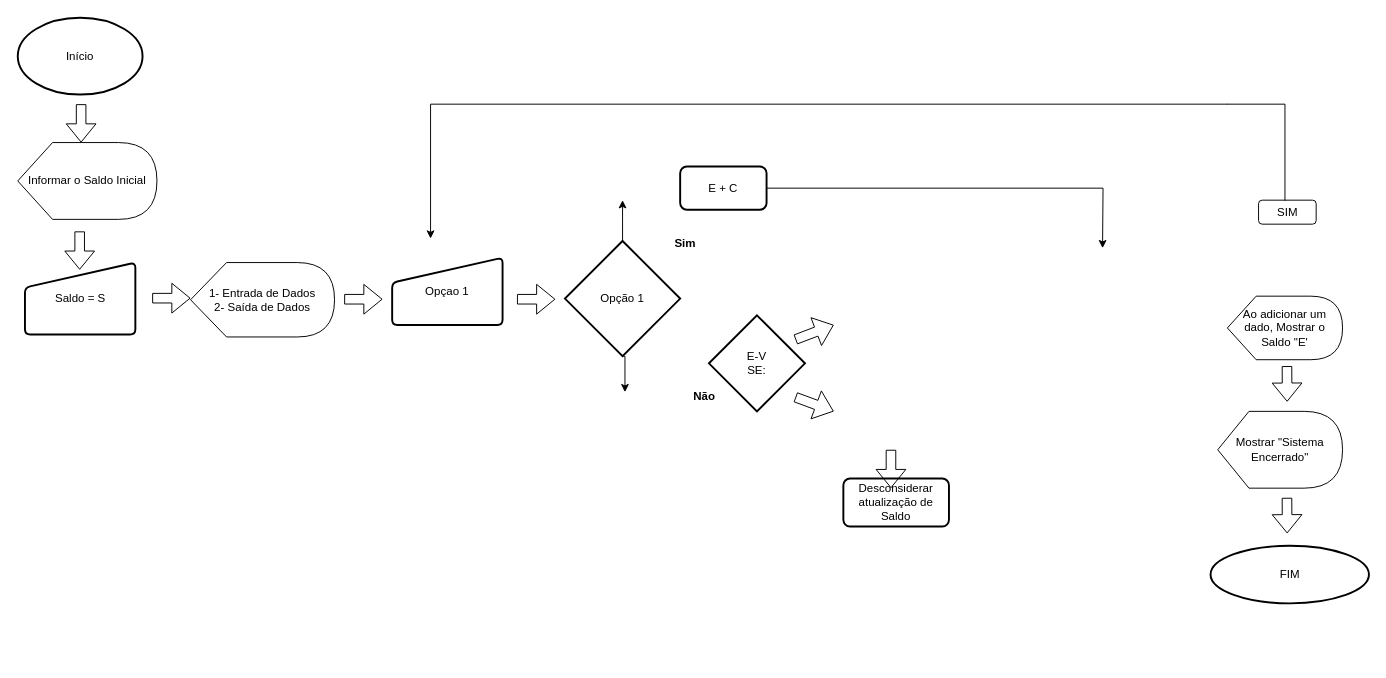
The draw.io diagram page "Página-1" (1 of 2) of Diagrama sem nome.drawio in Ins1d3r8/Primeiro-Algor-tmo, before the edit. Source tidied: cells renumbered, new cells numbered last; positions are measured from the earlier drawing's top-left corner, leaving out a move shared by most shapes. Both pictures are drawn from the tidied source at 96%, with x=0, y=0 at pixel (17, 17).
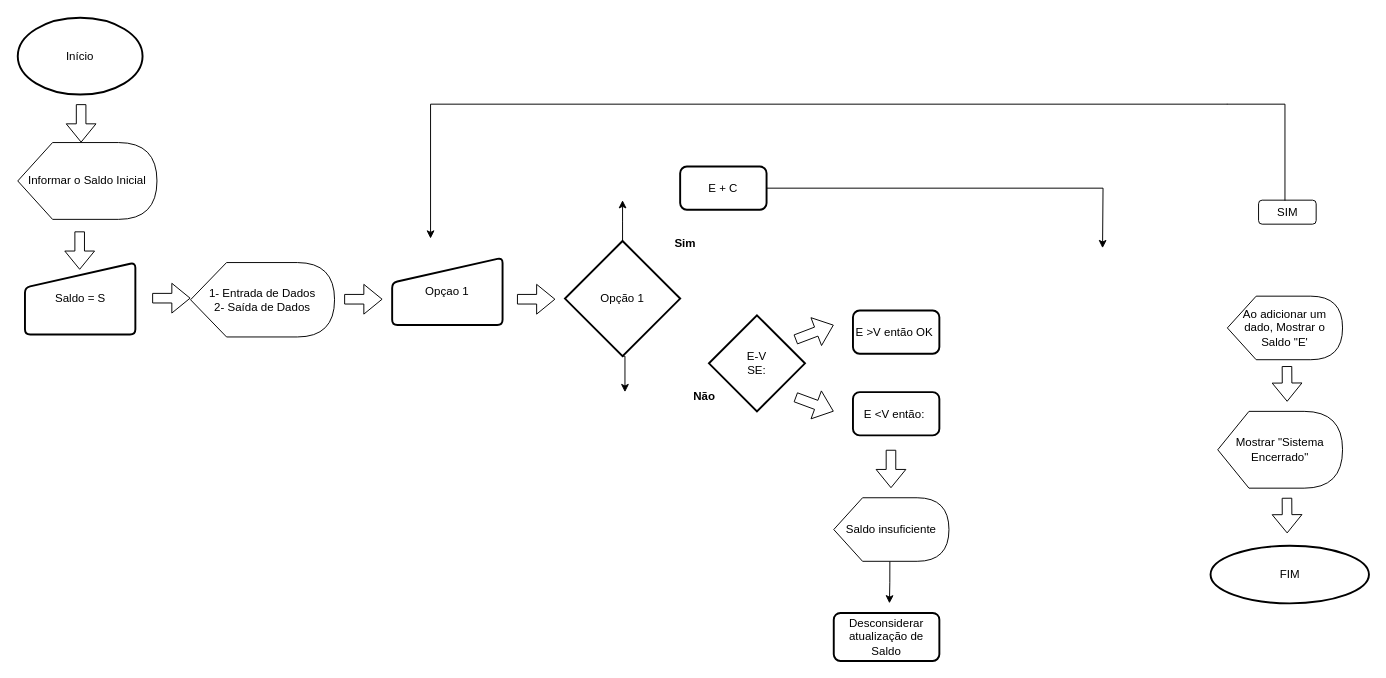
The same diagram, later.

Change to the diagram source:
```diff
@@
     <mxCell id="6" value="Desconsiderar atualização de Saldo" style="rounded=1;whiteSpace=wrap;html=1;absoluteArcSize=1;arcSize=14;strokeWidth=2;" parent="1" vertex="1">
-      <mxGeometry x="860" y="480" width="110" height="50" as="geometry" />
+      <mxGeometry x="850" y="620" width="110" height="50" as="geometry" />
     </mxCell>
@@
+    <mxCell id="34" value="E &amp;lt;V então:&amp;nbsp;" style="rounded=1;whiteSpace=wrap;html=1;absoluteArcSize=1;arcSize=14;strokeWidth=2;" parent="1" vertex="1">
+      <mxGeometry x="870" y="390" width="90" height="45" as="geometry" />
+    </mxCell>
+    <mxCell id="35" style="edgeStyle=orthogonalEdgeStyle;rounded=0;jettySize=auto;html=1;exitX=0;exitY=0;exitDx=58.4375;exitDy=66.25;exitPerimeter=0;" parent="1" edge="1" source="36">
+      <mxGeometry relative="1" as="geometry">
+        <mxPoint x="908" y="610" as="targetPoint" />
+      </mxGeometry>
+    </mxCell>
+    <mxCell id="36" value="Saldo insuficiente" style="shape=display;whiteSpace=wrap;html=1;" parent="1" vertex="1">
+      <mxGeometry x="850" y="500" width="120" height="66.2" as="geometry" />
+    </mxCell>
+    <mxCell id="37" value="E &amp;gt;V então OK&amp;nbsp;" style="rounded=1;whiteSpace=wrap;html=1;absoluteArcSize=1;arcSize=14;strokeWidth=2;" parent="1" vertex="1">
+      <mxGeometry x="870" y="305" width="90" height="45" as="geometry" />
+    </mxCell>
```
